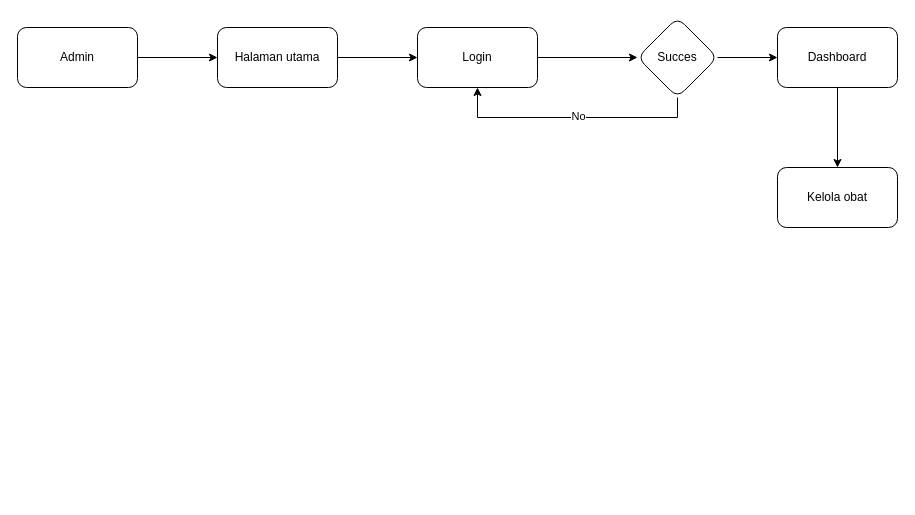
Above: alur-apotek.drawio in reezyee/apotek (draw.io), before the change. Source tidied: cells renumbered, new cells numbered last; positions are measured from the earlier drawing's top-left corner, leaving out a move shared by most shapes. Both pictures are drawn from the tidied source at 100%, with x=0, y=0 at pixel (17, 17).
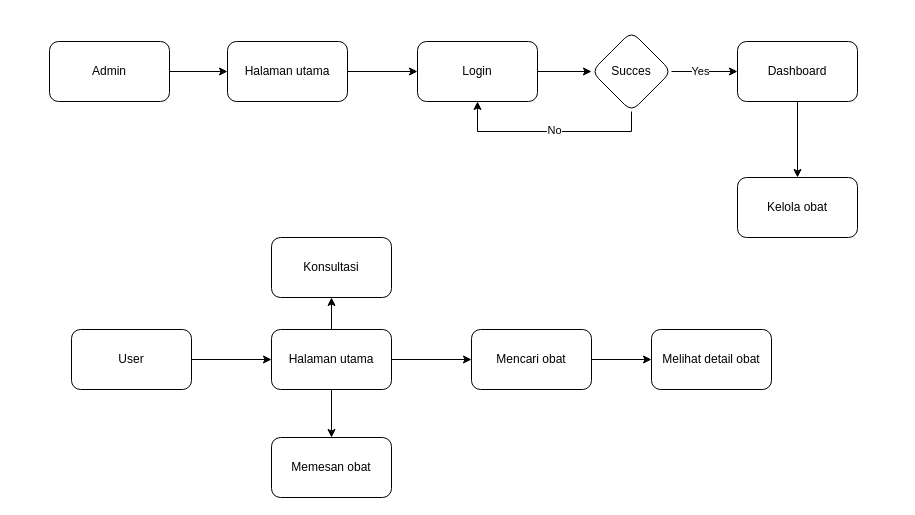
Above is the later version.

Diff of the diagram source:
```diff
@@
     <mxCell id="3" value="Admin" style="rounded=1;whiteSpace=wrap;html=1;" parent="1" vertex="1">
-      <mxGeometry y="10" width="120" height="60" as="geometry" />
+      <mxGeometry x="32" y="24" width="120" height="60" as="geometry" />
     </mxCell>
@@
     <mxCell id="5" value="Halaman utama" style="rounded=1;whiteSpace=wrap;html=1;" parent="1" vertex="1">
-      <mxGeometry x="200" y="10" width="120" height="60" as="geometry" />
+      <mxGeometry x="210" y="24" width="120" height="60" as="geometry" />
     </mxCell>
@@
     <mxCell id="7" value="Login" style="whiteSpace=wrap;html=1;rounded=1;" parent="1" vertex="1">
-      <mxGeometry x="400" y="10" width="120" height="60" as="geometry" />
+      <mxGeometry x="400" y="24" width="120" height="60" as="geometry" />
     </mxCell>
@@
-    <mxCell id="10" style="edgeStyle=orthogonalEdgeStyle;rounded=0;jettySize=auto;html=1;" parent="1" edge="1" source="11" target="13">
+    <mxCell id="10" style="edgeStyle=orthogonalEdgeStyle;rounded=0;jettySize=auto;html=1;entryX=0;entryY=0.5;entryDx=0;entryDy=0;" parent="1" edge="1" source="11" target="13">
       <mxGeometry relative="1" as="geometry" />
     </mxCell>
+    <mxCell id="15" value="Yes" style="edgeLabel;html=1;align=center;verticalAlign=middle;" parent="10" vertex="1">
+      <mxGeometry x="-0.15" y="1" relative="1" as="geometry" />
+    </mxCell>
     <mxCell id="11" value="Succes" style="rhombus;whiteSpace=wrap;html=1;rounded=1;" parent="1" vertex="1">
-      <mxGeometry x="620" width="80" height="80" as="geometry" />
+      <mxGeometry x="574" y="14" width="80" height="80" as="geometry" />
     </mxCell>
-    <mxCell id="12" style="edgeStyle=orthogonalEdgeStyle;rounded=0;jettySize=auto;html=1;" parent="1" edge="1" source="13" target="14">
+    <mxCell id="12" style="edgeStyle=orthogonalEdgeStyle;rounded=0;jettySize=auto;html=1;exitX=0.5;exitY=1;exitDx=0;exitDy=0;entryX=0.5;entryY=0;entryDx=0;entryDy=0;" parent="1" edge="1" source="13" target="14">
       <mxGeometry relative="1" as="geometry" />
     </mxCell>
     <mxCell id="13" value="Dashboard" style="whiteSpace=wrap;html=1;rounded=1;" parent="1" vertex="1">
-      <mxGeometry x="760" y="10" width="120" height="60" as="geometry" />
+      <mxGeometry x="720" y="24" width="120" height="60" as="geometry" />
     </mxCell>
     <mxCell id="14" value="Kelola obat" style="rounded=1;whiteSpace=wrap;html=1;" parent="1" vertex="1">
-      <mxGeometry x="760" y="150" width="120" height="60" as="geometry" />
+      <mxGeometry x="720" y="160" width="120" height="60" as="geometry" />
     </mxCell>
+    <mxCell id="16" style="edgeStyle=orthogonalEdgeStyle;rounded=0;jettySize=auto;html=1;" parent="1" edge="1" source="17" target="21">
+      <mxGeometry relative="1" as="geometry" />
+    </mxCell>
+    <mxCell id="17" value="User" style="rounded=1;whiteSpace=wrap;html=1;" parent="1" vertex="1">
+      <mxGeometry x="54" y="312" width="120" height="60" as="geometry" />
+    </mxCell>
+    <mxCell id="18" style="edgeStyle=orthogonalEdgeStyle;rounded=0;jettySize=auto;html=1;" parent="1" edge="1" source="21" target="23">
+      <mxGeometry relative="1" as="geometry" />
+    </mxCell>
+    <mxCell id="19" style="edgeStyle=orthogonalEdgeStyle;rounded=0;jettySize=auto;html=1;" parent="1" edge="1" source="21" target="24">
+      <mxGeometry relative="1" as="geometry" />
+    </mxCell>
+    <mxCell id="20" style="edgeStyle=orthogonalEdgeStyle;rounded=0;jettySize=auto;html=1;" parent="1" edge="1" source="21" target="26">
+      <mxGeometry relative="1" as="geometry" />
+    </mxCell>
+    <mxCell id="21" value="Halaman utama" style="whiteSpace=wrap;html=1;rounded=1;" parent="1" vertex="1">
+      <mxGeometry x="254" y="312" width="120" height="60" as="geometry" />
+    </mxCell>
+    <mxCell id="22" style="edgeStyle=orthogonalEdgeStyle;rounded=0;jettySize=auto;html=1;" parent="1" edge="1" source="23" target="25">
+      <mxGeometry relative="1" as="geometry" />
+    </mxCell>
+    <mxCell id="23" value="Mencari obat" style="whiteSpace=wrap;html=1;rounded=1;" parent="1" vertex="1">
+      <mxGeometry x="454" y="312" width="120" height="60" as="geometry" />
+    </mxCell>
+    <mxCell id="24" value="Memesan obat" style="rounded=1;whiteSpace=wrap;html=1;" parent="1" vertex="1">
+      <mxGeometry x="254" y="420" width="120" height="60" as="geometry" />
+    </mxCell>
+    <mxCell id="25" value="Melihat detail obat" style="rounded=1;whiteSpace=wrap;html=1;" parent="1" vertex="1">
+      <mxGeometry x="634" y="312" width="120" height="60" as="geometry" />
+    </mxCell>
+    <mxCell id="26" value="Konsultasi" style="whiteSpace=wrap;html=1;rounded=1;" parent="1" vertex="1">
+      <mxGeometry x="254" y="220" width="120" height="60" as="geometry" />
+    </mxCell>
```
